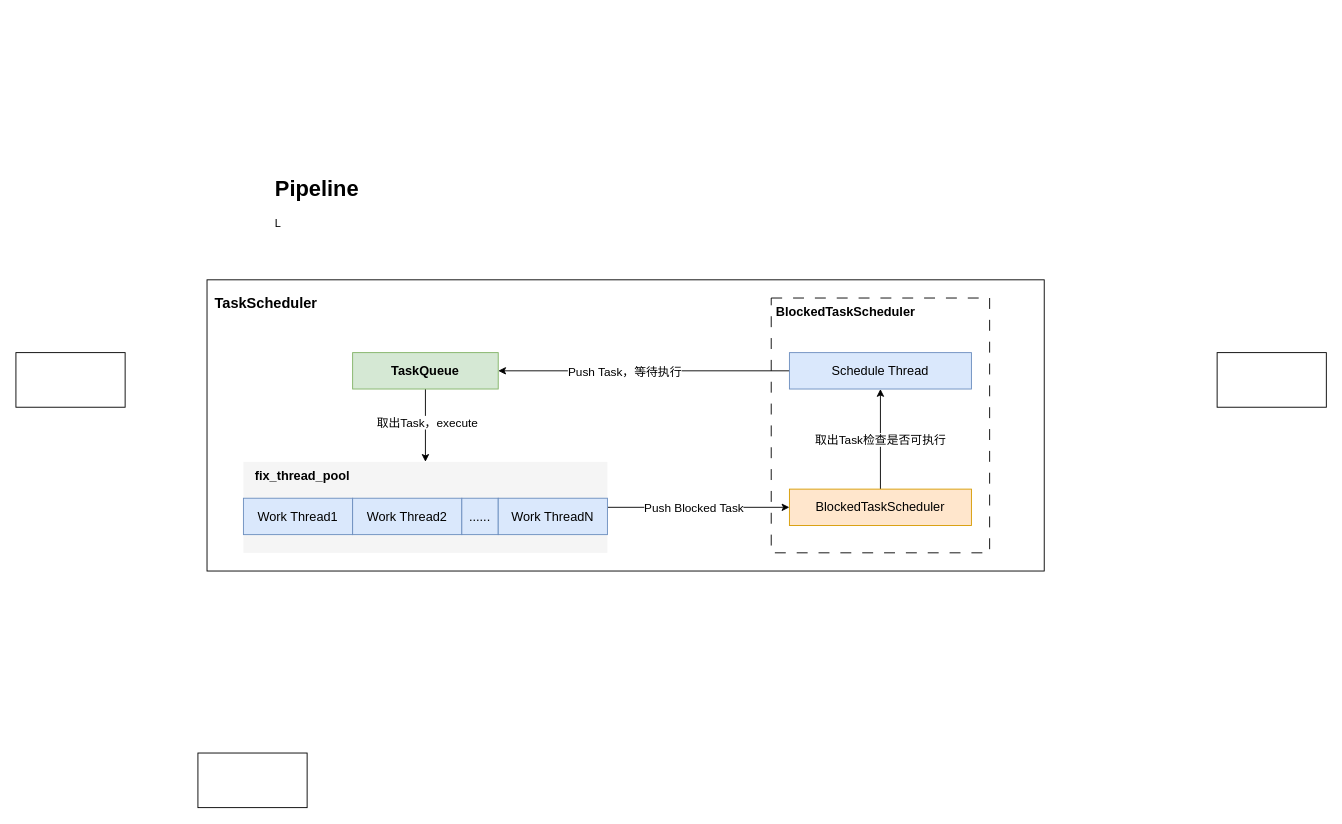
Before: page "Doris" (13 of 13) of Draw.io/DB.drawio in DepInjoy/geektime, a draw.io diagram. Source tidied: cells renumbered, new cells numbered last; positions are measured from the earlier drawing's top-left corner, leaving out a move shared by most shapes. Both pictures are drawn from the tidied source at 91%, with x=0, y=0 at pixel (15, 170).
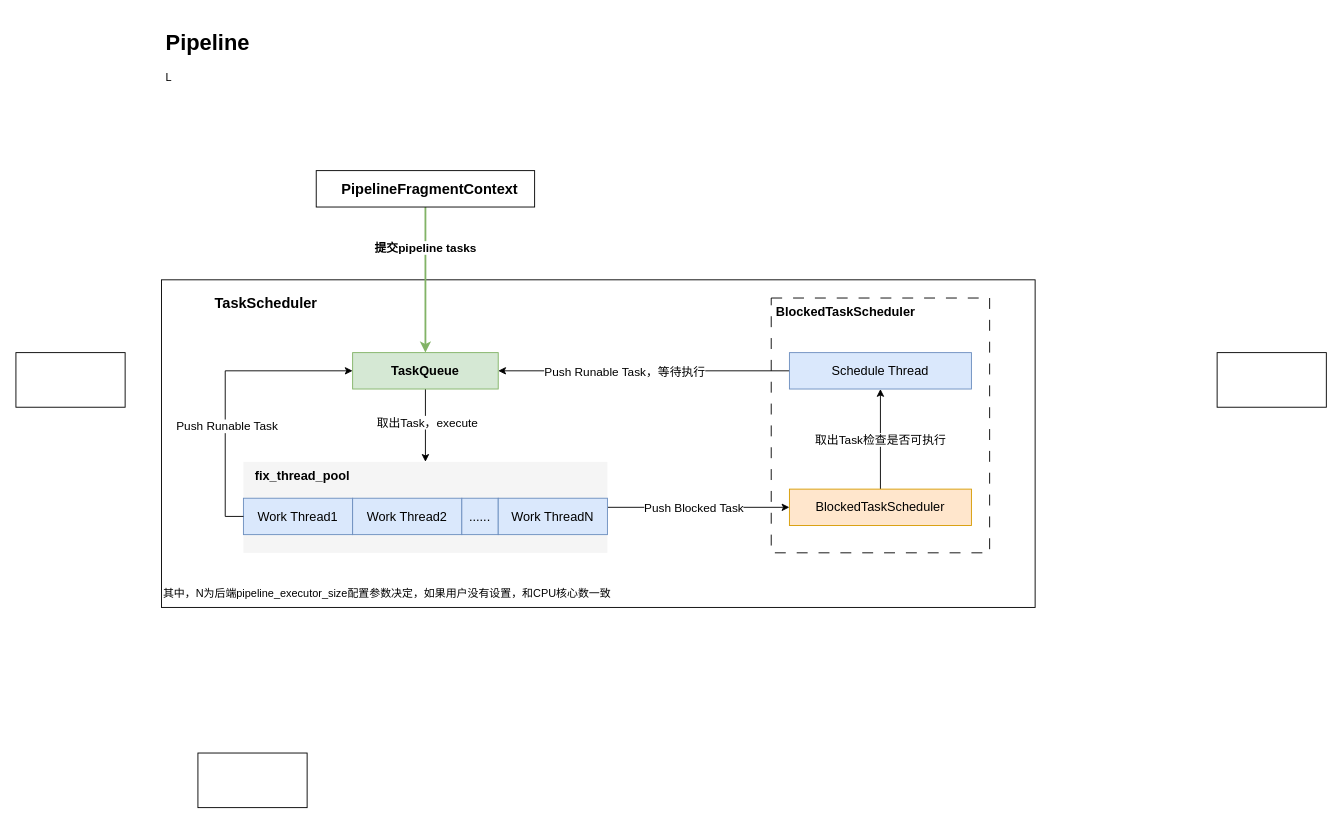
Above is the later version.

Unchanged cells that the change refers to:
```xml
<mxCell id="14" value="&lt;font style=&quot;font-size: 14px;&quot;&gt;&lt;b&gt;TaskQueue&lt;/b&gt;&lt;/font&gt;" style="rounded=0;whiteSpace=wrap;html=1;fillColor=#d5e8d4;strokeColor=#82b366;" parent="1" vertex="1">
  <mxGeometry x="370" y="200" width="160" height="40" as="geometry" />
</mxCell>
<mxCell id="15" style="edgeStyle=orthogonalEdgeStyle;rounded=0;jettySize=auto;html=1;exitX=0;exitY=0.5;exitDx=0;exitDy=0;entryX=1;entryY=0.5;entryDx=0;entryDy=0;" parent="1" edge="1" source="17" target="14">
  <mxGeometry relative="1" as="geometry" />
</mxCell>
<mxCell id="19" value="&lt;font style=&quot;font-size: 14px;&quot;&gt;Work Thread1&lt;/font&gt;" style="rounded=0;whiteSpace=wrap;html=1;fillColor=#dae8fc;strokeColor=#6c8ebf;fontFamily=Helvetica;" parent="18" vertex="1">
  <mxGeometry width="120" height="40" as="geometry" />
</mxCell>
```

Diff of the diagram source:
```diff
@@
     <mxCell id="2" style="rounded=0;whiteSpace=wrap;html=1;" parent="1" vertex="1">
-      <mxGeometry x="210" y="120" width="920" height="320" as="geometry" />
+      <mxGeometry x="160" y="120" width="960" height="360" as="geometry" />
     </mxCell>
@@
     <mxCell id="7" value="&lt;h1&gt;Pipeline&lt;/h1&gt;&lt;p&gt;L&lt;/p&gt;" style="text;html=1;strokeColor=none;fillColor=none;spacing=5;spacingTop=-20;whiteSpace=wrap;overflow=hidden;rounded=0;" parent="1" vertex="1">
-      <mxGeometry x="280" width="400" height="80" as="geometry" />
+      <mxGeometry x="160" y="-160" width="400" height="80" as="geometry" />
     </mxCell>
@@
-    <mxCell id="16" value="&lt;font style=&quot;font-size: 13px;&quot;&gt;Push Task，等待执行&lt;/font&gt;" style="edgeLabel;html=1;align=center;verticalAlign=middle;" parent="15" vertex="1">
+    <mxCell id="16" value="&lt;font style=&quot;font-size: 13px;&quot;&gt;Push Runable Task，等待执行&lt;/font&gt;" style="edgeLabel;html=1;align=center;verticalAlign=middle;" parent="15" vertex="1">
       <mxGeometry x="0.14" relative="1" as="geometry" />
     </mxCell>
@@
+    <mxCell id="28" style="edgeStyle=orthogonalEdgeStyle;rounded=0;jettySize=auto;html=1;exitX=0;exitY=0.5;exitDx=0;exitDy=0;entryX=0;entryY=0.5;entryDx=0;entryDy=0;" parent="1" edge="1" source="19" target="14">
+      <mxGeometry relative="1" as="geometry" />
+    </mxCell>
+    <mxCell id="29" value="&lt;font style=&quot;font-size: 13px;&quot;&gt;Push Runable Task&lt;br&gt;&lt;/font&gt;" style="edgeLabel;html=1;align=center;verticalAlign=middle;" parent="28" vertex="1">
+      <mxGeometry x="-0.33" y="-1" relative="1" as="geometry">
+        <mxPoint y="-13" as="offset" />
+      </mxGeometry>
+    </mxCell>
+    <mxCell id="30" style="edgeStyle=orthogonalEdgeStyle;rounded=0;jettySize=auto;html=1;exitX=0.5;exitY=1;exitDx=0;exitDy=0;entryX=0.5;entryY=0;entryDx=0;entryDy=0;fillColor=#d5e8d4;strokeColor=#82b366;strokeWidth=2;" parent="1" edge="1" source="32" target="14">
+      <mxGeometry relative="1" as="geometry" />
+    </mxCell>
+    <mxCell id="31" value="&lt;b&gt;&lt;font style=&quot;font-size: 13px;&quot;&gt;提交pipeline tasks&lt;/font&gt;&lt;/b&gt;" style="edgeLabel;html=1;align=center;verticalAlign=middle;" parent="30" vertex="1">
+      <mxGeometry x="-0.45" y="-1" relative="1" as="geometry" />
+    </mxCell>
+    <mxCell id="32" style="rounded=0;whiteSpace=wrap;html=1;" parent="1" vertex="1">
+      <mxGeometry x="330" width="240" height="40" as="geometry" />
+    </mxCell>
+    <mxCell id="33" value="&lt;b&gt;&lt;font style=&quot;font-size: 16px;&quot;&gt;PipelineFragmentContext&lt;/font&gt;&lt;/b&gt;" style="text;html=1;strokeColor=none;fillColor=none;align=center;verticalAlign=middle;whiteSpace=wrap;rounded=0;" parent="1" vertex="1">
+      <mxGeometry x="385" y="5" width="140" height="30" as="geometry" />
+    </mxCell>
+    <mxCell id="34" value="其中，N为后端pipeline_executor_size配置参数决定，如果用户没有设置，和CPU核心数一致" style="text;html=1;strokeColor=none;fillColor=none;align=left;verticalAlign=middle;whiteSpace=wrap;rounded=0;" parent="1" vertex="1">
+      <mxGeometry x="160" y="450" width="520" height="30" as="geometry" />
+    </mxCell>
```
